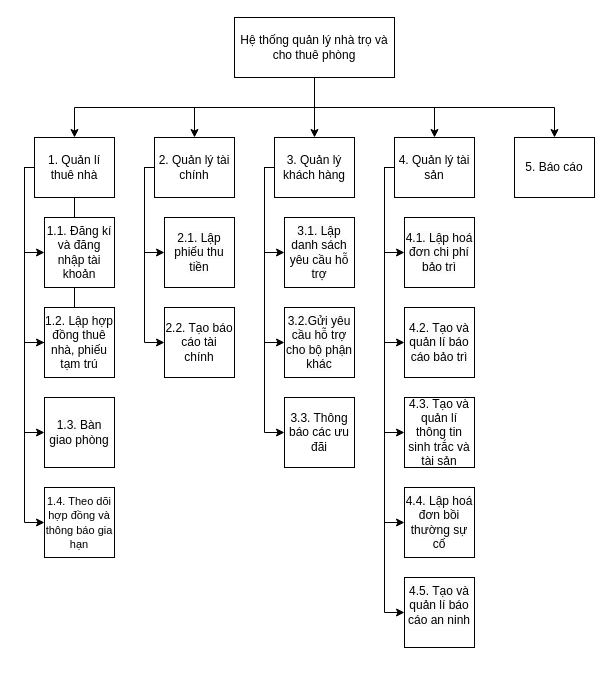
This is Phân tích thiết kế hệ thống/Tuan4_5/draw.io dfd file/PhanRaChucNang.drawio from Nguyeniris123/DH22IT01OU, a draw.io file, before an edit. Source tidied: cells renumbered, new cells numbered last; positions are measured from the earlier drawing's top-left corner, leaving out a move shared by most shapes. Both pictures are drawn from the tidied source at 100%, with x=0, y=0 at pixel (24, 17).
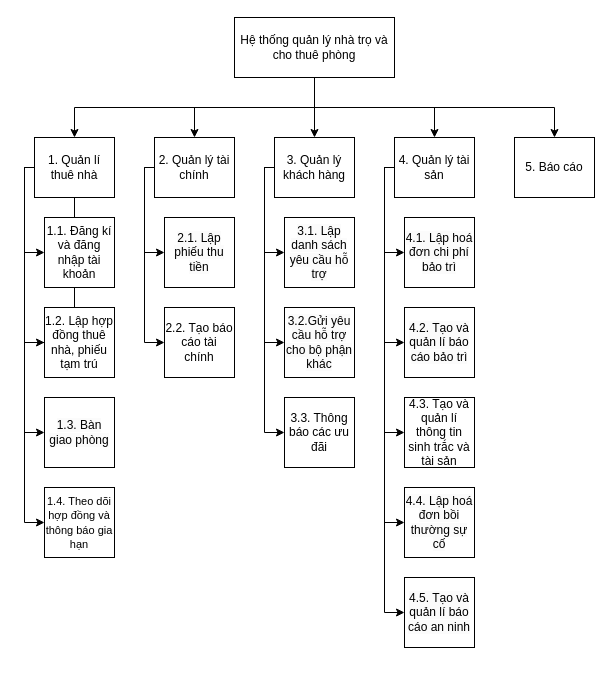
Above is the later version.

The edit, as a diff of the source:
```diff
@@
-    <mxCell id="37" value="&lt;br&gt;&lt;br style=&quot;forced-color-adjust: none;&quot;&gt;&lt;span style=&quot;forced-color-adjust: none; color: rgb(0, 0, 0); font-family: Helvetica; font-size: 12px; font-style: normal; font-variant-ligatures: normal; font-variant-caps: normal; font-weight: 400; letter-spacing: normal; orphans: 2; text-align: center; text-indent: 0px; text-transform: none; widows: 2; word-spacing: 0px; -webkit-text-stroke-width: 0px; white-space: normal; background-color: rgb(251, 251, 251); text-decoration-thickness: initial; text-decoration-style: initial; text-decoration-color: initial; float: none; display: inline !important;&quot;&gt;4.5. Tạo và quản lí báo cáo an ninh&lt;/span&gt;&lt;div style=&quot;forced-color-adjust: none;&quot;&gt;&lt;br style=&quot;forced-color-adjust: none; color: rgb(0, 0, 0); font-family: Helvetica; font-size: 12px; font-style: normal; font-variant-ligatures: normal; font-variant-caps: normal; font-weight: 400; letter-spacing: normal; orphans: 2; text-align: center; text-indent: 0px; text-transform: none; widows: 2; word-spacing: 0px; -webkit-text-stroke-width: 0px; white-space: normal; background-color: rgb(251, 251, 251); text-decoration-thickness: initial; text-decoration-style: initial; text-decoration-color: initial;&quot;&gt;&lt;br&gt;&lt;br&gt;&lt;/div&gt;" style="whiteSpace=wrap;html=1;" parent="1" vertex="1">
+    <mxCell id="37" value="&lt;br&gt;&lt;br style=&quot;forced-color-adjust: none;&quot;&gt;&lt;span style=&quot;forced-color-adjust: none; color: rgb(0, 0, 0); font-family: Helvetica; font-size: 12px; font-style: normal; font-variant-ligatures: normal; font-variant-caps: normal; font-weight: 400; letter-spacing: normal; orphans: 2; text-align: center; text-indent: 0px; text-transform: none; widows: 2; word-spacing: 0px; -webkit-text-stroke-width: 0px; white-space: normal; background-color: rgb(251, 251, 251); text-decoration-thickness: initial; text-decoration-style: initial; text-decoration-color: initial; float: none; display: inline !important;&quot;&gt;4.5. Tạo và quản lí báo cáo an ninh&lt;/span&gt;&lt;div style=&quot;forced-color-adjust: none;&quot;&gt;&lt;br&gt;&lt;br&gt;&lt;/div&gt;" style="whiteSpace=wrap;html=1;" parent="1" vertex="1">
       <mxGeometry x="380" y="560" width="70" height="70" as="geometry" />
     </mxCell>
```
